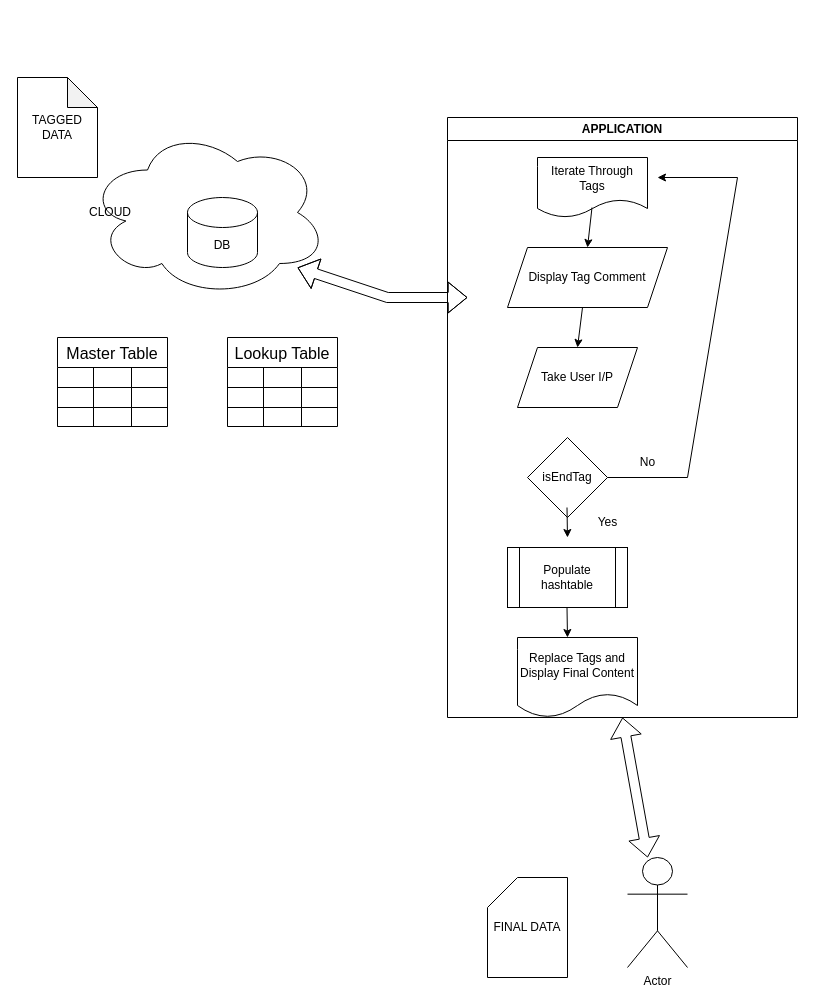
The draw.io diagram Tagger.drawio in aamitn/Tagger, before the edit. Source tidied: cells renumbered, new cells numbered last; positions are measured from the earlier drawing's top-left corner, leaving out a move shared by most shapes. Both pictures are drawn from the tidied source at 100%, with x=0, y=0 at pixel (17, 77).
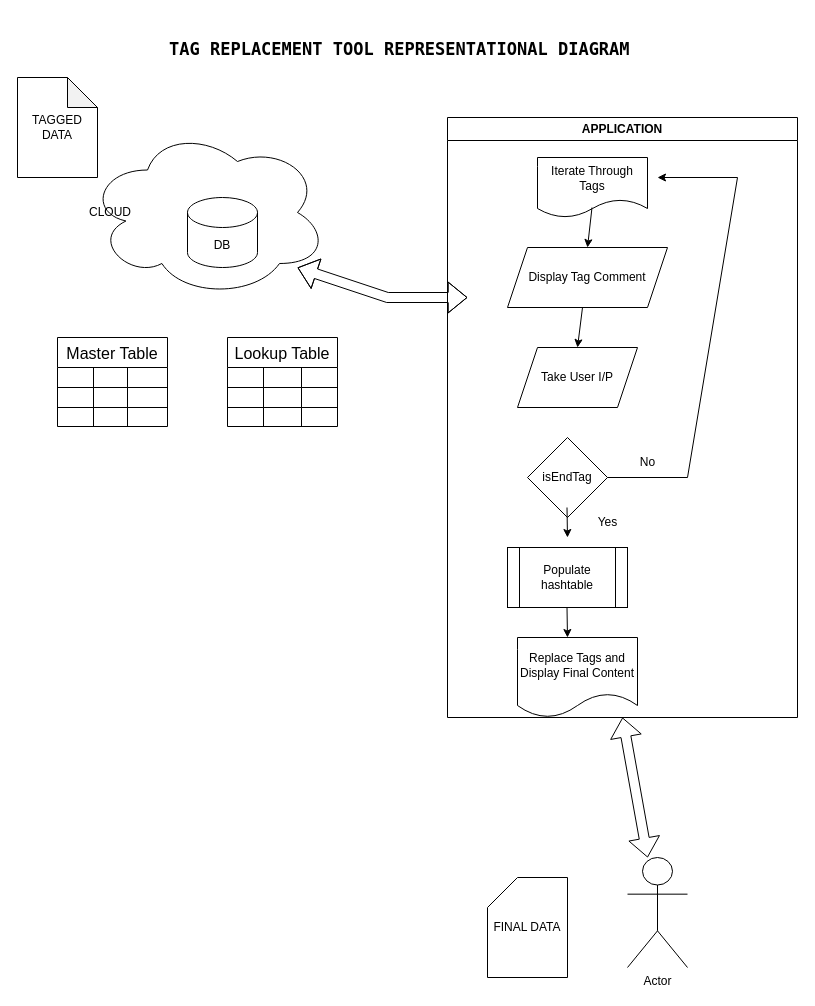
The same page after the edit.

Unchanged cells that the change refers to:
```xml
<mxCell id="24" style="shape=tableRow;horizontal=0;startSize=0;swimlaneHead=0;swimlaneBody=0;strokeColor=inherit;top=0;left=0;bottom=0;right=0;fillColor=none;fontSize=16;" parent="23" vertex="1">
  <mxGeometry y="30" width="110" height="20" as="geometry" />
</mxCell>
<mxCell id="28" style="shape=tableRow;horizontal=0;startSize=0;swimlaneHead=0;swimlaneBody=0;strokeColor=inherit;top=0;left=0;bottom=0;right=0;fillColor=none;fontSize=16;" parent="23" vertex="1">
  <mxGeometry y="50" width="110" height="20" as="geometry" />
</mxCell>
<mxCell id="32" style="shape=tableRow;horizontal=0;startSize=0;swimlaneHead=0;swimlaneBody=0;strokeColor=inherit;top=0;left=0;bottom=0;right=0;fillColor=none;fontSize=16;" parent="23" vertex="1">
  <mxGeometry y="70" width="110" height="19" as="geometry" />
</mxCell>
```

Diff of the diagram source:
```diff
@@
     <mxCell id="26" style="shape=partialRectangle;html=1;whiteSpace=wrap;strokeColor=inherit;overflow=hidden;fillColor=none;top=0;left=0;bottom=0;right=0;fontSize=16;" parent="24" vertex="1">
-      <mxGeometry x="36" width="38" height="20" as="geometry" />
+      <mxGeometry x="36" width="34" height="20" as="geometry" />
     </mxCell>
     <mxCell id="27" style="shape=partialRectangle;html=1;whiteSpace=wrap;strokeColor=inherit;overflow=hidden;fillColor=none;top=0;left=0;bottom=0;right=0;fontSize=16;" parent="24" vertex="1">
-      <mxGeometry x="74" width="36" height="20" as="geometry" />
+      <mxGeometry x="70" width="40" height="20" as="geometry" />
     </mxCell>
@@
     <mxCell id="30" style="shape=partialRectangle;html=1;whiteSpace=wrap;strokeColor=inherit;overflow=hidden;fillColor=none;top=0;left=0;bottom=0;right=0;fontSize=16;" parent="28" vertex="1">
-      <mxGeometry x="36" width="38" height="20" as="geometry" />
+      <mxGeometry x="36" width="34" height="20" as="geometry" />
     </mxCell>
     <mxCell id="31" style="shape=partialRectangle;html=1;whiteSpace=wrap;strokeColor=inherit;overflow=hidden;fillColor=none;top=0;left=0;bottom=0;right=0;fontSize=16;" parent="28" vertex="1">
-      <mxGeometry x="74" width="36" height="20" as="geometry" />
+      <mxGeometry x="70" width="40" height="20" as="geometry" />
     </mxCell>
@@
     <mxCell id="34" style="shape=partialRectangle;html=1;whiteSpace=wrap;strokeColor=inherit;overflow=hidden;fillColor=none;top=0;left=0;bottom=0;right=0;fontSize=16;" parent="32" vertex="1">
-      <mxGeometry x="36" width="38" height="19" as="geometry" />
+      <mxGeometry x="36" width="34" height="19" as="geometry" />
     </mxCell>
     <mxCell id="35" style="shape=partialRectangle;html=1;whiteSpace=wrap;strokeColor=inherit;overflow=hidden;fillColor=none;top=0;left=0;bottom=0;right=0;fontSize=16;" parent="32" vertex="1">
-      <mxGeometry x="74" width="36" height="19" as="geometry" />
+      <mxGeometry x="70" width="40" height="19" as="geometry" />
     </mxCell>
@@
+    <mxCell id="49" value="&lt;h2&gt;&lt;b&gt;&lt;font face=&quot;Lucida Console&quot; style=&quot;font-size: 17px;&quot;&gt;TAG REPLACEMENT TOOL REPRESENTATIONAL DIAGRAM&lt;/font&gt;&lt;/b&gt;&lt;/h2&gt;" style="text;whiteSpace=wrap;html=1;" parent="1" vertex="1">
+      <mxGeometry x="150" y="-60" width="500" height="40" as="geometry" />
+    </mxCell>
```
